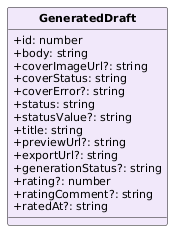
Earlier version of the PlantUML export PB/Specifica Tecnica/ImmaginiSpecificaTecnica/ClassiSingoleFrontendModel/GeneratedDraft.png (aLittleByte-19/Documentazione). Source of this version:
```plantuml
@startuml
skinparam classAttributeIconSize 0
skinparam classFontStyle bold
skinparam classFontSize 13
skinparam classAttributeFontSize 11
skinparam shadowing false
hide circle
class GeneratedDraft #F1E8FA {
  +id: number
  +body: string
  +coverImageUrl?: string
  +coverStatus: string
  +coverError?: string
  +status: string
  +statusValue?: string
  +title: string
  +previewUrl?: string
  +exportUrl?: string
  +generationStatus?: string
  +rating?: number
  +ratingComment?: string
  +ratedAt?: string
}
@enduml
```
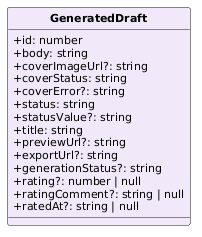
The same file after the commit.

Diff of the diagram source:
```diff
@@ -17,8 +17,8 @@
   +previewUrl?: string
   +exportUrl?: string
   +generationStatus?: string
-  +rating?: number
-  +ratingComment?: string
-  +ratedAt?: string
+  +rating?: number | null
+  +ratingComment?: string | null
+  +ratedAt?: string | null
 }
 @enduml
```
